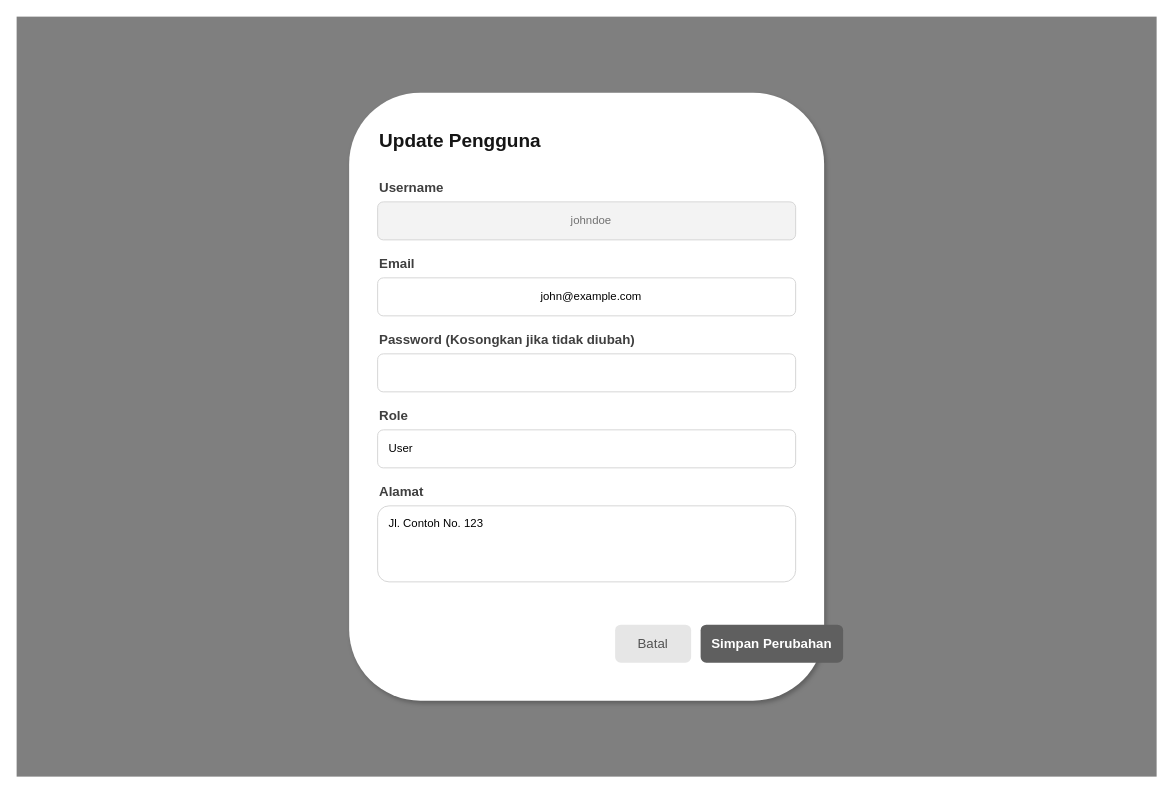
Earlier version of the draw.io diagram diagram/desain_backup/admin-update-user.drawio (RajaSunrise/kangkungku). Source tidied: cells renumbered, new cells numbered last; positions are measured from the earlier drawing's top-left corner, leaving out a move shared by most shapes. Both pictures are drawn from the tidied source at 95%, with x=0, y=0 at pixel (16, 16).
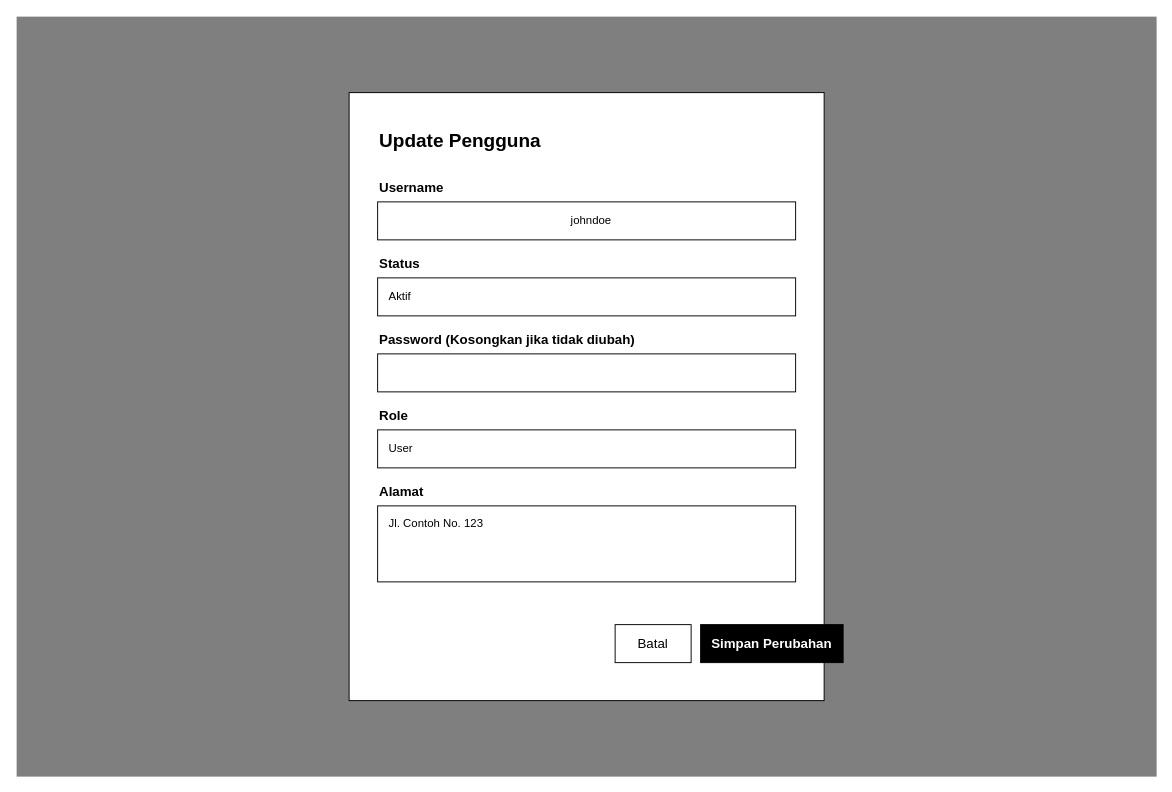
The same diagram, later.

Change to the diagram source:
```diff
@@
 <mxGraphModel>
   <root>
     <mxCell id="0" />
     <mxCell id="1" parent="0" />
     <mxCell id="2" style="rounded=0;whiteSpace=wrap;html=1;fillColor=#000000;fillOpacity=50;strokeColor=none;" parent="1" vertex="1">
       <mxGeometry width="1200" height="800" as="geometry" />
     </mxCell>
-    <mxCell id="3" style="rounded=1;whiteSpace=wrap;html=1;fillColor=#FFFFFF;strokeColor=none;shadow=1;" parent="1" vertex="1">
+    <mxCell id="3" style="rounded=0;whiteSpace=wrap;html=1;fillColor=#FFFFFF;strokeColor=#000000;" parent="1" vertex="1">
       <mxGeometry x="350" y="80" width="500" height="640" as="geometry" />
     </mxCell>
-    <mxCell id="4" value="Update Pengguna" style="text;html=1;strokeColor=none;fillColor=none;align=left;verticalAlign=middle;whiteSpace=wrap;rounded=0;fontColor=#151515;fontSize=20;fontStyle=1;" parent="1" vertex="1">
+    <mxCell id="4" value="Update Pengguna" style="text;html=1;strokeColor=none;fillColor=none;align=left;verticalAlign=middle;whiteSpace=wrap;rounded=0;fontColor=#000000;fontSize=20;fontStyle=1;" parent="1" vertex="1">
       <mxGeometry x="380" y="110" width="300" height="40" as="geometry" />
     </mxCell>
-    <mxCell id="5" value="Username" style="text;html=1;strokeColor=none;fillColor=none;align=left;verticalAlign=middle;whiteSpace=wrap;rounded=0;fontColor=#3F3F3F;fontSize=14;fontStyle=1;" parent="1" vertex="1">
+    <mxCell id="5" value="Username" style="text;html=1;strokeColor=none;fillColor=none;align=left;verticalAlign=middle;whiteSpace=wrap;rounded=0;fontColor=#000000;fontSize=14;fontStyle=1;" parent="1" vertex="1">
       <mxGeometry x="380" y="170" width="150" height="20" as="geometry" />
     </mxCell>
-    <mxCell id="6" value="johndoe" style="rounded=1;whiteSpace=wrap;html=1;fillColor=#F3F3F3;strokeColor=#D4D4D4;fontColor=#717171;spacingLeft=10;" parent="1" vertex="1">
+    <mxCell id="6" value="johndoe" style="rounded=0;whiteSpace=wrap;html=1;fillColor=#FFFFFF;strokeColor=#000000;fontColor=#000000;spacingLeft=10;" parent="1" vertex="1">
       <mxGeometry x="380" y="195" width="440" height="40" as="geometry" />
     </mxCell>
-    <mxCell id="7" value="Email" style="text;html=1;strokeColor=none;fillColor=none;align=left;verticalAlign=middle;whiteSpace=wrap;rounded=0;fontColor=#3F3F3F;fontSize=14;fontStyle=1;" parent="1" vertex="1">
-      <mxGeometry x="380" y="250" width="150" height="20" as="geometry" />
-    </mxCell>
-    <mxCell id="8" value="john@example.com" style="rounded=1;whiteSpace=wrap;html=1;fillColor=#FFFFFF;strokeColor=#D4D4D4;spacingLeft=10;" parent="1" vertex="1">
-      <mxGeometry x="380" y="275" width="440" height="40" as="geometry" />
-    </mxCell>
+    <mxCell id="17" value="Status" style="text;html=1;strokeColor=none;fillColor=none;align=left;verticalAlign=middle;whiteSpace=wrap;rounded=0;fontColor=#000000;fontSize=14;fontStyle=1;" parent="1" vertex="1">
+      <mxGeometry x="380" y="250" width="150" height="20" as="geometry" />
+    </mxCell>
+    <mxCell id="18" value="Aktif" style="rounded=0;whiteSpace=wrap;html=1;fillColor=#FFFFFF;strokeColor=#000000;align=left;spacingLeft=10;" parent="1" vertex="1">
+      <mxGeometry x="380" y="275" width="440" height="40" as="geometry" />
+    </mxCell>
-    <mxCell id="9" value="Password (Kosongkan jika tidak diubah)" style="text;html=1;strokeColor=none;fillColor=none;align=left;verticalAlign=middle;whiteSpace=wrap;rounded=0;fontColor=#3F3F3F;fontSize=14;fontStyle=1;" parent="1" vertex="1">
+    <mxCell id="9" value="Password (Kosongkan jika tidak diubah)" style="text;html=1;strokeColor=none;fillColor=none;align=left;verticalAlign=middle;whiteSpace=wrap;rounded=0;fontColor=#000000;fontSize=14;fontStyle=1;" parent="1" vertex="1">
       <mxGeometry x="380" y="330" width="300" height="20" as="geometry" />
     </mxCell>
-    <mxCell id="10" style="rounded=1;whiteSpace=wrap;html=1;fillColor=#FFFFFF;strokeColor=#D4D4D4;" parent="1" vertex="1">
+    <mxCell id="10" style="rounded=0;whiteSpace=wrap;html=1;fillColor=#FFFFFF;strokeColor=#000000;" parent="1" vertex="1">
       <mxGeometry x="380" y="355" width="440" height="40" as="geometry" />
     </mxCell>
-    <mxCell id="11" value="Role" style="text;html=1;strokeColor=none;fillColor=none;align=left;verticalAlign=middle;whiteSpace=wrap;rounded=0;fontColor=#3F3F3F;fontSize=14;fontStyle=1;" parent="1" vertex="1">
+    <mxCell id="11" value="Role" style="text;html=1;strokeColor=none;fillColor=none;align=left;verticalAlign=middle;whiteSpace=wrap;rounded=0;fontColor=#000000;fontSize=14;fontStyle=1;" parent="1" vertex="1">
       <mxGeometry x="380" y="410" width="150" height="20" as="geometry" />
     </mxCell>
-    <mxCell id="12" value="User" style="rounded=1;whiteSpace=wrap;html=1;fillColor=#FFFFFF;strokeColor=#D4D4D4;align=left;spacingLeft=10;" parent="1" vertex="1">
+    <mxCell id="12" value="User" style="rounded=0;whiteSpace=wrap;html=1;fillColor=#FFFFFF;strokeColor=#000000;align=left;spacingLeft=10;" parent="1" vertex="1">
       <mxGeometry x="380" y="435" width="440" height="40" as="geometry" />
     </mxCell>
-    <mxCell id="13" value="Alamat" style="text;html=1;strokeColor=none;fillColor=none;align=left;verticalAlign=middle;whiteSpace=wrap;rounded=0;fontColor=#3F3F3F;fontSize=14;fontStyle=1;" parent="1" vertex="1">
+    <mxCell id="13" value="Alamat" style="text;html=1;strokeColor=none;fillColor=none;align=left;verticalAlign=middle;whiteSpace=wrap;rounded=0;fontColor=#000000;fontSize=14;fontStyle=1;" parent="1" vertex="1">
       <mxGeometry x="380" y="490" width="150" height="20" as="geometry" />
     </mxCell>
-    <mxCell id="14" value="Jl. Contoh No. 123" style="rounded=1;whiteSpace=wrap;html=1;fillColor=#FFFFFF;strokeColor=#D4D4D4;align=left;spacingLeft=10;verticalAlign=top;spacingTop=5;" parent="1" vertex="1">
+    <mxCell id="14" value="Jl. Contoh No. 123" style="rounded=0;whiteSpace=wrap;html=1;fillColor=#FFFFFF;strokeColor=#000000;align=left;spacingLeft=10;verticalAlign=top;spacingTop=5;" parent="1" vertex="1">
       <mxGeometry x="380" y="515" width="440" height="80" as="geometry" />
     </mxCell>
-    <mxCell id="15" value="Batal" style="rounded=1;whiteSpace=wrap;html=1;fillColor=#E6E6E6;strokeColor=none;fontColor=#535353;fontSize=14;" parent="1" vertex="1">
+    <mxCell id="15" value="Batal" style="rounded=0;whiteSpace=wrap;html=1;fillColor=#FFFFFF;strokeColor=#000000;fontColor=#000000;fontSize=14;" parent="1" vertex="1">
       <mxGeometry x="630" y="640" width="80" height="40" as="geometry" />
     </mxCell>
-    <mxCell id="16" value="Simpan Perubahan" style="rounded=1;whiteSpace=wrap;html=1;fillColor=#5F5F5F;strokeColor=none;fontColor=#FFFFFF;fontStyle=1;fontSize=14;" parent="1" vertex="1">
+    <mxCell id="16" value="Simpan Perubahan" style="rounded=0;whiteSpace=wrap;html=1;fillColor=#000000;strokeColor=#000000;fontColor=#FFFFFF;fontStyle=1;fontSize=14;" parent="1" vertex="1">
       <mxGeometry x="720" y="640" width="150" height="40" as="geometry" />
     </mxCell>
   </root>
 </mxGraphModel>
```
